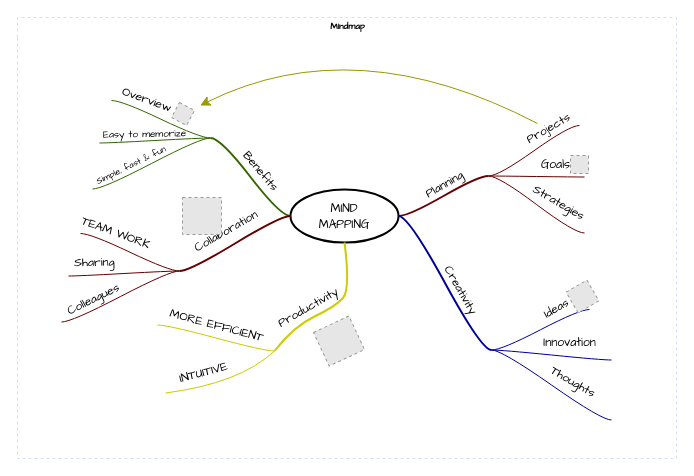
Above: llm.drawio in china10s/OwnWikis (draw.io), before the change. Source tidied: cells renumbered, new cells numbered last; positions are measured from the earlier drawing's top-left corner, leaving out a move shared by most shapes. Both pictures are drawn from the tidied source at 100%, with x=0, y=0 at pixel (17, 17). Pictures stored in the file or linked from it are replaced by grey dashed boxes.
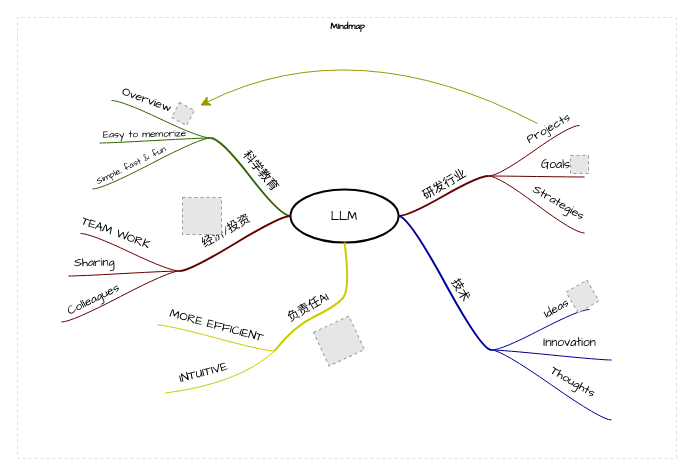
Above is the later version.

The change refers to these unchanged cells:
```xml
<mxCell id="2" value="Mindmap" style="swimlane;html=1;startSize=20;horizontal=1;containerType=tree;labelBackgroundColor=none;strokeColor=#D4E1F5;strokeWidth=1;fillColor=none;fontFamily=Comic Sans MS;fontSize=9;swimlaneLine=0;dashed=1;" parent="1" vertex="1">
  <mxGeometry width="659" height="441" as="geometry" />
</mxCell>
<mxCell id="5" style="edgeStyle=entityRelationEdgeStyle;startArrow=none;endArrow=none;segment=10;curved=1;strokeWidth=2;strokeColor=#660000;rounded=0;fontSize=12;startSize=8;endSize=8;" parent="2" edge="1" source="3" target="4">
  <mxGeometry relative="1" as="geometry" />
</mxCell>
<mxCell id="17" style="edgeStyle=entityRelationEdgeStyle;startArrow=none;endArrow=none;segment=10;curved=1;strokeWidth=2;strokeColor=#000099;rounded=0;fontSize=12;startSize=8;endSize=8;" parent="2" edge="1" source="3" target="16">
  <mxGeometry relative="1" as="geometry" />
</mxCell>
<mxCell id="33" style="edgeStyle=entityRelationEdgeStyle;startArrow=none;endArrow=none;segment=10;curved=1;strokeWidth=2;strokeColor=#336600;rounded=0;fontSize=12;startSize=8;endSize=8;" parent="2" edge="1" source="3" target="32">
  <mxGeometry relative="1" as="geometry" />
</mxCell>
<mxCell id="48" style="edgeStyle=entityRelationEdgeStyle;startArrow=none;endArrow=none;segment=10;curved=1;strokeWidth=2;strokeColor=#660000;rounded=0;fontSize=12;startSize=8;endSize=8;" parent="2" edge="1" source="3" target="47">
  <mxGeometry relative="1" as="geometry" />
</mxCell>
<mxCell id="62" style="startArrow=none;endArrow=none;segment=10;strokeWidth=2;strokeColor=#CCCC00;exitX=0.5;exitY=1;curved=1;rounded=0;fontSize=12;startSize=8;endSize=8;" parent="2" edge="1" source="3" target="61">
  <mxGeometry relative="1" as="geometry">
    <Array as="points">
      <mxPoint x="333" y="272" />
      <mxPoint x="318" y="289" />
      <mxPoint x="276" y="309" />
    </Array>
  </mxGeometry>
</mxCell>
```

What changed in the source:
```diff
@@
-    <mxCell id="3" value="&lt;font face=&quot;Comic Sans MS&quot;&gt;MIND&lt;br&gt;MAPPING&lt;/font&gt;" style="ellipse;whiteSpace=wrap;html=1;align=center;strokeWidth=2;" parent="2" vertex="1">
+    <mxCell id="3" value="&lt;font face=&quot;Comic Sans MS&quot;&gt;LLM&lt;/font&gt;" style="ellipse;whiteSpace=wrap;html=1;align=center;strokeWidth=2;" parent="2" vertex="1">
       <mxGeometry x="273" y="172" width="108" height="53" as="geometry" />
     </mxCell>
@@
-    <mxCell id="6" value="Planning" style="text;html=1;align=center;verticalAlign=middle;labelBackgroundColor=none;rotation=-30;fontFamily=Comic Sans MS;" parent="5" vertex="1">
+    <mxCell id="6" value="研发行业" style="text;html=1;align=center;verticalAlign=middle;labelBackgroundColor=none;rotation=-30;fontFamily=Comic Sans MS;" parent="5" vertex="1">
       <mxGeometry x="0.02" y="2" relative="1" as="geometry">
         <mxPoint x="1" y="-9" as="offset" />
       </mxGeometry>
     </mxCell>
@@
-    <mxCell id="18" value="Creativity" style="text;html=1;align=center;verticalAlign=middle;labelBackgroundColor=none;rotation=60;fontFamily=Comic Sans MS;" parent="17" vertex="1">
+    <mxCell id="18" value="技术" style="text;html=1;align=center;verticalAlign=middle;labelBackgroundColor=none;rotation=60;fontFamily=Comic Sans MS;" parent="17" vertex="1">
       <mxGeometry x="0.02" y="2" relative="1" as="geometry">
         <mxPoint x="13" y="6" as="offset" />
       </mxGeometry>
     </mxCell>
@@
-    <mxCell id="34" value="Benefits" style="text;html=1;align=center;verticalAlign=middle;labelBackgroundColor=none;rotation=50;fontFamily=Comic Sans MS;" parent="33" vertex="1">
+    <mxCell id="34" value="科学教育" style="text;html=1;align=center;verticalAlign=middle;labelBackgroundColor=none;rotation=50;fontFamily=Comic Sans MS;" parent="33" vertex="1">
       <mxGeometry x="0.02" y="2" relative="1" as="geometry">
         <mxPoint x="12" y="-7" as="offset" />
       </mxGeometry>
     </mxCell>
@@
-    <mxCell id="49" value="Collaboration" style="text;html=1;align=center;verticalAlign=middle;labelBackgroundColor=none;rotation=-30;fontFamily=Comic Sans MS;" parent="48" vertex="1">
+    <mxCell id="49" value="经济/投资" style="text;html=1;align=center;verticalAlign=middle;labelBackgroundColor=none;rotation=-30;fontFamily=Comic Sans MS;" parent="48" vertex="1">
       <mxGeometry x="0.02" y="2" relative="1" as="geometry">
         <mxPoint x="-10" y="-13" as="offset" />
       </mxGeometry>
     </mxCell>
@@
-    <mxCell id="63" value="Productivity" style="text;html=1;align=center;verticalAlign=middle;labelBackgroundColor=none;rotation=-30;fontFamily=Comic Sans MS;" parent="62" vertex="1">
+    <mxCell id="63" value="负责任AI" style="text;html=1;align=center;verticalAlign=middle;labelBackgroundColor=none;rotation=-30;fontFamily=Comic Sans MS;" parent="62" vertex="1">
       <mxGeometry x="0.02" y="2" relative="1" as="geometry">
         <mxPoint x="-24" y="-2" as="offset" />
       </mxGeometry>
     </mxCell>
```
